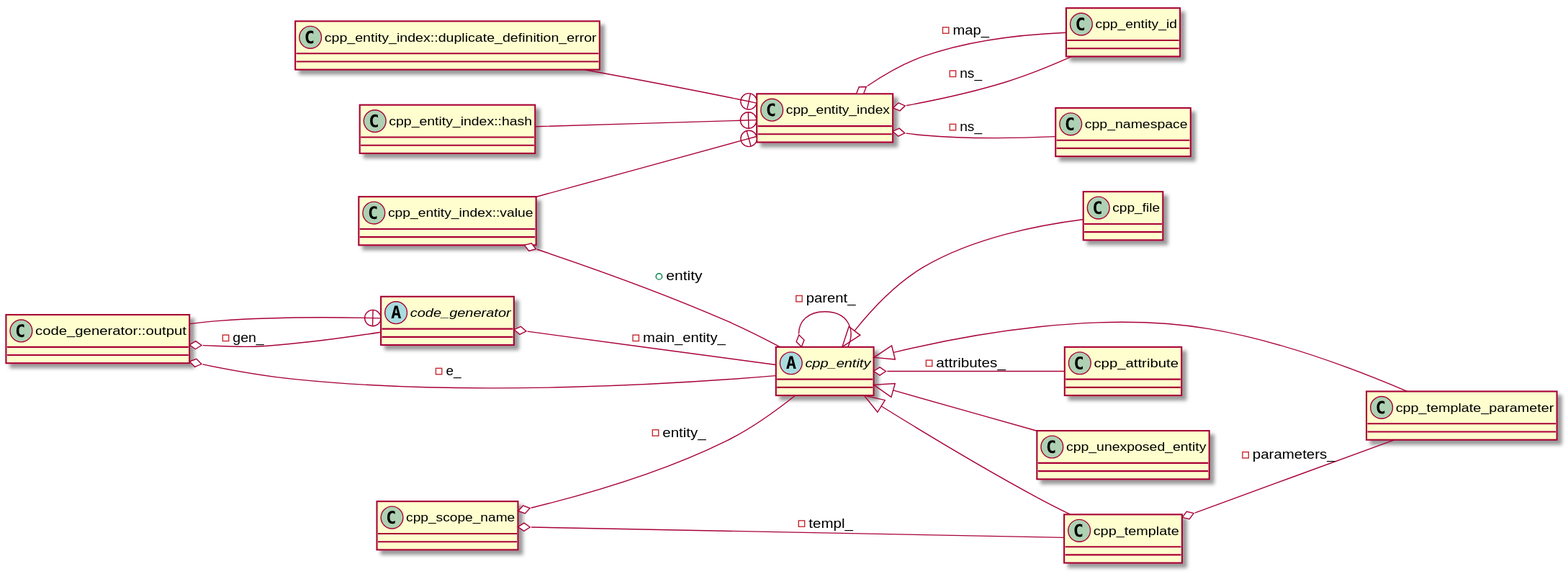
bkryza/clang-uml-examples keeps this PlantUML diagram as cppast/puml/cpp_entity_index_class_diagram.svg. Above is the earlier version.
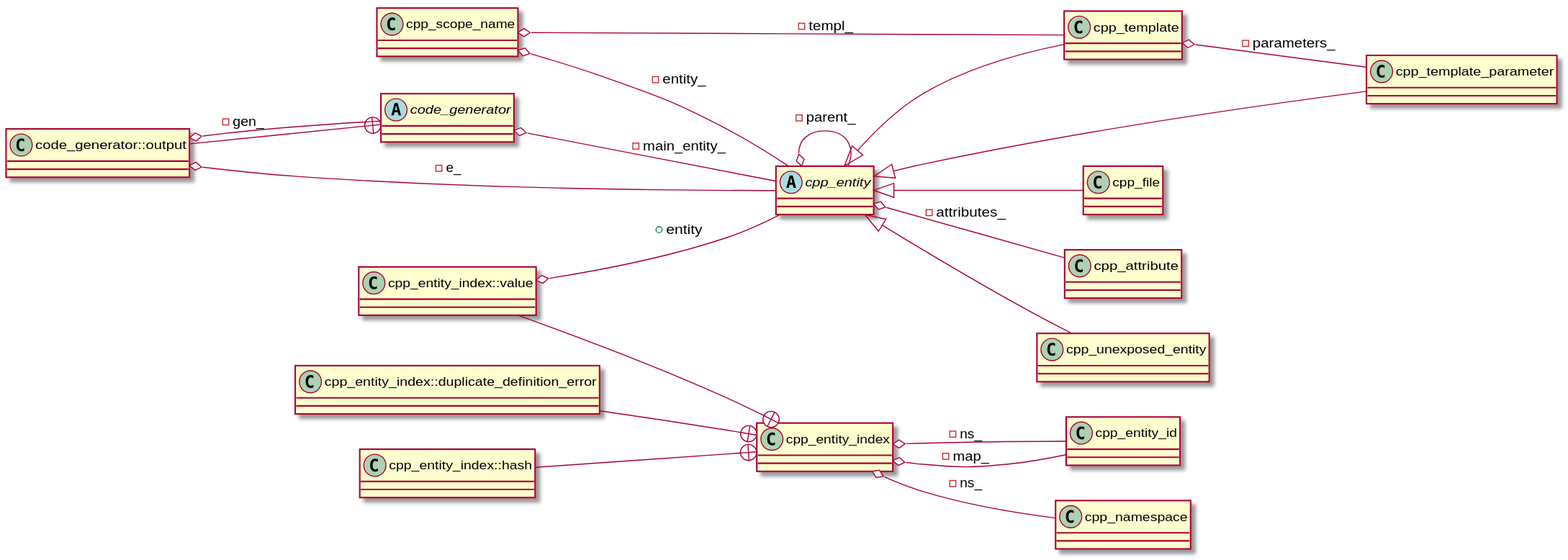
After the change.

Change to the diagram source:
```diff
@@ -1,5 +1,17 @@
 @startuml
 left to right direction
+class "cpp_attribute" as C_0000560657228528420559
+class C_0000560657228528420559 [[https://github.com/foonathan/cppast/blob/f00df6675d87c6983033d270728c57a55cd3db22/include/cppast/cpp_attribute.hpp#L42{cpp_attribute}]] {
+}
+class "cpp_scope_name" as C_0001691123644971107631
+class C_0001691123644971107631 [[https://github.com/foonathan/cppast/blob/f00df6675d87c6983033d270728c57a55cd3db22/include/cppast/cpp_entity.hpp#L22{cpp_scope_name}]] {
+}
+abstract "cpp_entity" as C_0001854695372332280903
+abstract C_0001854695372332280903 [[https://github.com/foonathan/cppast/blob/f00df6675d87c6983033d270728c57a55cd3db22/include/cppast/cpp_entity.hpp#L47{cpp_entity}]] {
+}
+class "cpp_unexposed_entity" as C_0001449857709503654826
+class C_0001449857709503654826 [[https://github.com/foonathan/cppast/blob/f00df6675d87c6983033d270728c57a55cd3db22/include/cppast/cpp_entity.hpp#L187{cpp_unexposed_entity}]] {
+}
 class "cpp_entity_id" as C_0001152344551163828554
 class C_0001152344551163828554 [[https://github.com/foonathan/cppast/blob/f00df6675d87c6983033d270728c57a55cd3db22/include/cppast/cpp_entity_index.hpp#L38{cpp_entity_id}]] {
 }
@@ -15,36 +27,29 @@
 class "cpp_entity_index::value" as C_0001918458639534713763
 class C_0001918458639534713763 [[https://github.com/foonathan/cppast/blob/f00df6675d87c6983033d270728c57a55cd3db22/include/cppast/cpp_entity_index.hpp#L124{cpp_entity_index##value}]] {
 }
-class "cpp_attribute" as C_0000560657228528420559
-class C_0000560657228528420559 [[https://github.com/foonathan/cppast/blob/f00df6675d87c6983033d270728c57a55cd3db22/include/cppast/cpp_attribute.hpp#L42{cpp_attribute}]] {
+abstract "code_generator" as C_0000664741342971710245
+abstract C_0000664741342971710245 [[https://github.com/foonathan/cppast/blob/f00df6675d87c6983033d270728c57a55cd3db22/include/cppast/code_generator.hpp#L142{code_generator}]] {
 }
-class "cpp_scope_name" as C_0001691123644971107631
-class C_0001691123644971107631 [[https://github.com/foonathan/cppast/blob/f00df6675d87c6983033d270728c57a55cd3db22/include/cppast/cpp_entity.hpp#L22{cpp_scope_name}]] {
+class "code_generator::output" as C_0000192432743316866604
+class C_0000192432743316866604 [[https://github.com/foonathan/cppast/blob/f00df6675d87c6983033d270728c57a55cd3db22/include/cppast/code_generator.hpp#L168{code_generator##output}]] {
 }
-abstract "cpp_entity" as C_0001854695372332280903
-abstract C_0001854695372332280903 [[https://github.com/foonathan/cppast/blob/f00df6675d87c6983033d270728c57a55cd3db22/include/cppast/cpp_entity.hpp#L47{cpp_entity}]] {
+class "cpp_template_parameter" as C_0001158442798649543268
+class C_0001158442798649543268 [[https://github.com/foonathan/cppast/blob/f00df6675d87c6983033d270728c57a55cd3db22/include/cppast/cpp_template_parameter.hpp#L17{cpp_template_parameter}]] {
 }
-class "cpp_unexposed_entity" as C_0001449857709503654826
-class C_0001449857709503654826 [[https://github.com/foonathan/cppast/blob/f00df6675d87c6983033d270728c57a55cd3db22/include/cppast/cpp_entity.hpp#L187{cpp_unexposed_entity}]] {
+class "cpp_template" as C_0000007122300671081288
+class C_0000007122300671081288 [[https://github.com/foonathan/cppast/blob/f00df6675d87c6983033d270728c57a55cd3db22/include/cppast/cpp_template.hpp#L21{cpp_template}]] {
 }
 class "cpp_file" as C_0001248593507051490272
-class C_0001248593507051490272 [[https://github.com/foonathan/cppast/blob/f00df6675d87c6983033d270728c57a55cd3db22/include/cppast/cpp_file.hpp#L27{cpp_file}]] {
-}
-class "cpp_template" as C_0000007122300671081288
-class C_0000007122300671081288 [[https://github.com/foonathan/cppast/blob/f00df6675d87c6983033d270728c57a55cd3db22/include/cppast/cppast_fwd.hpp#L61{cpp_template}]] {
-}
-abstract "code_generator" as C_0000664741342971710245
-abstract C_0000664741342971710245 [[https://github.com/foonathan/cppast/blob/f00df6675d87c6983033d270728c57a55cd3db22/include/cppast/cppast_fwd.hpp#L10{code_generator}]] {
-}
-class "cpp_template_parameter" as C_0001158442798649543268
-class C_0001158442798649543268 [[https://github.com/foonathan/cppast/blob/f00df6675d87c6983033d270728c57a55cd3db22/include/cppast/cppast_fwd.hpp#L64{cpp_template_parameter}]] {
+class C_0001248593507051490272 [[https://github.com/foonathan/cppast/blob/f00df6675d87c6983033d270728c57a55cd3db22/include/cppast/cppast_fwd.hpp#L36{cpp_file}]] {
 }
 class "cpp_namespace" as C_0001318630691633731356
 class C_0001318630691633731356 [[https://github.com/foonathan/cppast/blob/f00df6675d87c6983033d270728c57a55cd3db22/include/cppast/cppast_fwd.hpp#L55{cpp_namespace}]] {
 }
-class "code_generator::output" as C_0000192432743316866604
-class C_0000192432743316866604 [[https://github.com/foonathan/cppast/blob/f00df6675d87c6983033d270728c57a55cd3db22/include/cppast/code_generator.hpp#L168{code_generator##output}]] {
-}
+C_0001691123644971107631 o-- C_0001854695372332280903 : -entity_
+C_0001691123644971107631 o-- C_0000007122300671081288 : -templ_
+C_0001854695372332280903 o-- C_0000560657228528420559 : -attributes_
+C_0001854695372332280903 o-- C_0001854695372332280903 : -parent_
+C_0001854695372332280903 <|-- C_0001449857709503654826
 C_0001989731226165037041 o-- C_0001152344551163828554 : -map_
 C_0001989731226165037041 o-- C_0001152344551163828554 : -ns_
 C_0001989731226165037041 o-- C_0001318630691633731356 : -ns_
@@ -52,18 +57,13 @@
 C_0000634431773903245144 --+ C_0001989731226165037041
 C_0001918458639534713763 --+ C_0001989731226165037041
 C_0001918458639534713763 o-- C_0001854695372332280903 : +entity
-C_0001691123644971107631 o-- C_0001854695372332280903 : -entity_
-C_0001691123644971107631 o-- C_0000007122300671081288 : -templ_
-C_0001854695372332280903 o-- C_0000560657228528420559 : -attributes_
-C_0001854695372332280903 o-- C_0001854695372332280903 : -parent_
-C_0001854695372332280903 <|-- C_0001449857709503654826
-C_0001854695372332280903 <|-- C_0001248593507051490272
-C_0000007122300671081288 o-- C_0001158442798649543268 : -parameters_
-C_0001854695372332280903 <|-- C_0000007122300671081288
 C_0000664741342971710245 o-- C_0001854695372332280903 : -main_entity_
-C_0001854695372332280903 <|-- C_0001158442798649543268
 C_0000192432743316866604 --+ C_0000664741342971710245
 C_0000192432743316866604 o-- C_0000664741342971710245 : -gen_
 C_0000192432743316866604 o-- C_0001854695372332280903 : -e_
+C_0001854695372332280903 <|-- C_0001158442798649543268
+C_0000007122300671081288 o-- C_0001158442798649543268 : -parameters_
+C_0001854695372332280903 <|-- C_0000007122300671081288
+C_0001854695372332280903 <|-- C_0001248593507051490272
 
 @enduml
```
